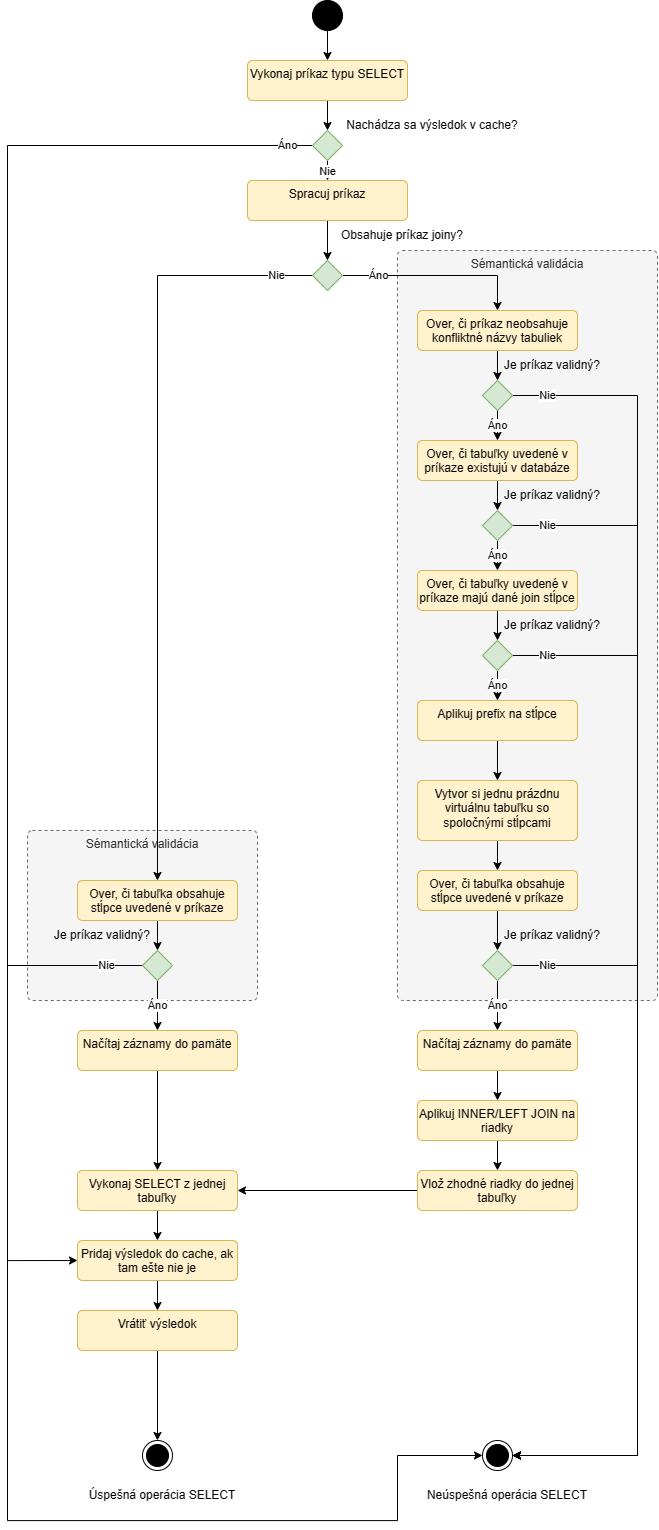
This is JFSQL-documentation/Images/Select activity.png from Zsolti0819/JFSQL, a draw.io export, as it was before one commit. Source tidied: cells renumbered, new cells last; positions are measured from the earlier drawing's top-left corner, leaving out a move shared by most shapes. The source it was exported from:
```xml
<mxGraphModel>
  <root>
    <mxCell id="0" />
    <mxCell id="1" parent="0" />
    <mxCell id="2" value="Sémantická validácia" style="html=1;align=center;verticalAlign=top;rounded=1;absoluteArcSize=1;arcSize=10;dashed=1;whiteSpace=wrap;fillColor=#f5f5f5;fontColor=#333333;strokeColor=#666666;" parent="1" vertex="1">
      <mxGeometry x="20" y="830" width="230" height="170" as="geometry" />
    </mxCell>
    <mxCell id="3" value="Sémantická validácia" style="html=1;align=center;verticalAlign=top;rounded=1;absoluteArcSize=1;arcSize=10;dashed=1;whiteSpace=wrap;fillColor=#f5f5f5;fontColor=#333333;strokeColor=#666666;" parent="1" vertex="1">
      <mxGeometry x="390" y="250" width="260" height="750" as="geometry" />
    </mxCell>
    <mxCell id="4" style="edgeStyle=orthogonalEdgeStyle;rounded=0;jettySize=auto;html=1;exitX=0.5;exitY=1;exitDx=0;exitDy=0;entryX=0.5;entryY=0;entryDx=0;entryDy=0;" parent="1" edge="1" source="5" target="7">
      <mxGeometry relative="1" as="geometry" />
    </mxCell>
    <mxCell id="5" style="ellipse;fillColor=strokeColor;html=1;" parent="1" vertex="1">
      <mxGeometry x="305" width="30" height="30" as="geometry" />
    </mxCell>
    <mxCell id="6" style="edgeStyle=orthogonalEdgeStyle;rounded=0;jettySize=auto;html=1;exitX=0.5;exitY=1;exitDx=0;exitDy=0;entryX=0.5;entryY=0;entryDx=0;entryDy=0;" parent="1" edge="1" source="7" target="14">
      <mxGeometry relative="1" as="geometry" />
    </mxCell>
    <mxCell id="7" value="Vykonaj príkaz typu SELECT" style="html=1;align=center;verticalAlign=top;rounded=1;absoluteArcSize=1;arcSize=10;dashed=0;whiteSpace=wrap;fillColor=#fff2cc;strokeColor=#d6b656;" parent="1" vertex="1">
      <mxGeometry x="240" y="60" width="160" height="40" as="geometry" />
    </mxCell>
    <mxCell id="8" style="edgeStyle=orthogonalEdgeStyle;rounded=0;jettySize=auto;html=1;exitX=0.5;exitY=1;exitDx=0;exitDy=0;entryX=0.5;entryY=0;entryDx=0;entryDy=0;" parent="1" edge="1" source="9" target="17">
      <mxGeometry relative="1" as="geometry" />
    </mxCell>
    <mxCell id="9" value="Spracuj príkaz" style="html=1;align=center;verticalAlign=top;rounded=1;absoluteArcSize=1;arcSize=10;dashed=0;whiteSpace=wrap;fillColor=#fff2cc;strokeColor=#d6b656;" parent="1" vertex="1">
      <mxGeometry x="240" y="180" width="160" height="40" as="geometry" />
    </mxCell>
    <mxCell id="10" style="edgeStyle=orthogonalEdgeStyle;rounded=0;jettySize=auto;html=1;exitX=0.5;exitY=1;exitDx=0;exitDy=0;entryX=0.5;entryY=0;entryDx=0;entryDy=0;" parent="1" edge="1" source="11" target="20">
      <mxGeometry relative="1" as="geometry" />
    </mxCell>
    <mxCell id="11" value="Over, či príkaz neobsahuje konfliktné názvy tabuliek" style="html=1;align=center;verticalAlign=top;rounded=1;absoluteArcSize=1;arcSize=10;dashed=0;whiteSpace=wrap;fillColor=#fff2cc;strokeColor=#d6b656;" parent="1" vertex="1">
      <mxGeometry x="410" y="310" width="160" height="40" as="geometry" />
    </mxCell>
    <mxCell id="12" value="Nie" style="edgeStyle=orthogonalEdgeStyle;rounded=0;jettySize=auto;html=1;exitX=0.5;exitY=1;exitDx=0;exitDy=0;entryX=0.5;entryY=0;entryDx=0;entryDy=0;" parent="1" edge="1" source="14" target="9">
      <mxGeometry relative="1" as="geometry" />
    </mxCell>
    <mxCell id="13" value="Áno" style="edgeStyle=orthogonalEdgeStyle;rounded=0;jettySize=auto;html=1;exitX=0;exitY=0.5;exitDx=0;exitDy=0;entryX=0;entryY=0.5;entryDx=0;entryDy=0;" parent="1" edge="1" source="14" target="56">
      <mxGeometry x="-0.97" relative="1" as="geometry">
        <Array as="points">
          <mxPoint y="145" />
          <mxPoint y="1260" />
        </Array>
      </mxGeometry>
    </mxCell>
    <mxCell id="14" style="rhombus;fillColor=#d5e8d4;strokeColor=#82b366;" parent="1" vertex="1">
      <mxGeometry x="305" y="130" width="30" height="30" as="geometry" />
    </mxCell>
    <mxCell id="15" value="Áno" style="edgeStyle=orthogonalEdgeStyle;rounded=0;jettySize=auto;html=1;exitX=1;exitY=0.5;exitDx=0;exitDy=0;entryX=0.5;entryY=0;entryDx=0;entryDy=0;" parent="1" edge="1" source="17" target="11">
      <mxGeometry x="-0.63" relative="1" as="geometry">
        <mxPoint x="1" as="offset" />
      </mxGeometry>
    </mxCell>
    <mxCell id="16" value="Nie" style="edgeStyle=orthogonalEdgeStyle;rounded=0;jettySize=auto;html=1;exitX=0;exitY=0.5;exitDx=0;exitDy=0;entryX=0.5;entryY=0;entryDx=0;entryDy=0;" parent="1" edge="1" source="17" target="41">
      <mxGeometry x="-0.91" relative="1" as="geometry">
        <Array as="points">
          <mxPoint x="150" y="275" />
        </Array>
        <mxPoint x="-1" as="offset" />
      </mxGeometry>
    </mxCell>
    <mxCell id="17" style="rhombus;fillColor=#d5e8d4;strokeColor=#82b366;" parent="1" vertex="1">
      <mxGeometry x="305" y="260" width="30" height="30" as="geometry" />
    </mxCell>
    <mxCell id="18" value="Áno" style="edgeStyle=orthogonalEdgeStyle;rounded=0;jettySize=auto;html=1;exitX=0.5;exitY=1;exitDx=0;exitDy=0;entryX=0.5;entryY=0;entryDx=0;entryDy=0;" parent="1" edge="1" source="20" target="22">
      <mxGeometry relative="1" as="geometry" />
    </mxCell>
    <mxCell id="19" value="Nie" style="edgeStyle=orthogonalEdgeStyle;rounded=0;jettySize=auto;html=1;exitX=1;exitY=0.5;exitDx=0;exitDy=0;entryX=1;entryY=0.5;entryDx=0;entryDy=0;" parent="1" edge="1" source="20" target="59">
      <mxGeometry x="-0.95" relative="1" as="geometry">
        <Array as="points">
          <mxPoint x="630" y="395" />
          <mxPoint x="630" y="1455" />
        </Array>
      </mxGeometry>
    </mxCell>
    <mxCell id="20" style="rhombus;fillColor=#d5e8d4;strokeColor=#82b366;" parent="1" vertex="1">
      <mxGeometry x="475" y="380" width="30" height="30" as="geometry" />
    </mxCell>
    <mxCell id="21" style="edgeStyle=orthogonalEdgeStyle;rounded=0;jettySize=auto;html=1;exitX=0.5;exitY=1;exitDx=0;exitDy=0;entryX=0.5;entryY=0;entryDx=0;entryDy=0;" parent="1" edge="1" source="22" target="27">
      <mxGeometry relative="1" as="geometry" />
    </mxCell>
    <mxCell id="22" value="Over, či tabuľky uvedené v príkaze existujú v databáze" style="html=1;align=center;verticalAlign=top;rounded=1;absoluteArcSize=1;arcSize=10;dashed=0;whiteSpace=wrap;fillColor=#fff2cc;strokeColor=#d6b656;" parent="1" vertex="1">
      <mxGeometry x="410" y="440" width="160" height="40" as="geometry" />
    </mxCell>
    <mxCell id="23" style="edgeStyle=orthogonalEdgeStyle;rounded=0;jettySize=auto;html=1;exitX=0.5;exitY=1;exitDx=0;exitDy=0;entryX=0.5;entryY=0;entryDx=0;entryDy=0;" parent="1" edge="1" source="24" target="30">
      <mxGeometry relative="1" as="geometry" />
    </mxCell>
    <mxCell id="24" value="Over, či tabuľky uvedené v príkaze majú dané join stĺpce" style="html=1;align=center;verticalAlign=top;rounded=1;absoluteArcSize=1;arcSize=10;dashed=0;whiteSpace=wrap;fillColor=#fff2cc;strokeColor=#d6b656;" parent="1" vertex="1">
      <mxGeometry x="410" y="570" width="160" height="40" as="geometry" />
    </mxCell>
    <mxCell id="25" value="Áno" style="edgeStyle=orthogonalEdgeStyle;rounded=0;jettySize=auto;html=1;exitX=0.5;exitY=1;exitDx=0;exitDy=0;entryX=0.5;entryY=0;entryDx=0;entryDy=0;" parent="1" edge="1" source="27" target="24">
      <mxGeometry relative="1" as="geometry" />
    </mxCell>
    <mxCell id="26" value="Nie" style="edgeStyle=orthogonalEdgeStyle;rounded=0;jettySize=auto;html=1;exitX=1;exitY=0.5;exitDx=0;exitDy=0;entryX=1;entryY=0.5;entryDx=0;entryDy=0;" parent="1" edge="1" source="27" target="59">
      <mxGeometry x="-0.94" relative="1" as="geometry">
        <Array as="points">
          <mxPoint x="630" y="525" />
          <mxPoint x="630" y="1455" />
        </Array>
      </mxGeometry>
    </mxCell>
    <mxCell id="27" style="rhombus;fillColor=#d5e8d4;strokeColor=#82b366;" parent="1" vertex="1">
      <mxGeometry x="475" y="510" width="30" height="30" as="geometry" />
    </mxCell>
    <mxCell id="28" value="Áno" style="edgeStyle=orthogonalEdgeStyle;rounded=0;jettySize=auto;html=1;exitX=0.5;exitY=1;exitDx=0;exitDy=0;entryX=0.5;entryY=0;entryDx=0;entryDy=0;" parent="1" edge="1" source="30" target="32">
      <mxGeometry relative="1" as="geometry" />
    </mxCell>
    <mxCell id="29" value="Nie" style="edgeStyle=orthogonalEdgeStyle;rounded=0;jettySize=auto;html=1;exitX=1;exitY=0.5;exitDx=0;exitDy=0;entryX=1;entryY=0.5;entryDx=0;entryDy=0;" parent="1" edge="1" source="30" target="59">
      <mxGeometry x="-0.93" relative="1" as="geometry">
        <Array as="points">
          <mxPoint x="630" y="655" />
          <mxPoint x="630" y="1455" />
        </Array>
      </mxGeometry>
    </mxCell>
    <mxCell id="30" style="rhombus;fillColor=#d5e8d4;strokeColor=#82b366;" parent="1" vertex="1">
      <mxGeometry x="475" y="640" width="30" height="30" as="geometry" />
    </mxCell>
    <mxCell id="31" style="edgeStyle=orthogonalEdgeStyle;rounded=0;jettySize=auto;html=1;exitX=0.5;exitY=1;exitDx=0;exitDy=0;entryX=0.5;entryY=0;entryDx=0;entryDy=0;" parent="1" edge="1" source="32" target="34">
      <mxGeometry relative="1" as="geometry" />
    </mxCell>
    <mxCell id="32" value="Aplikuj prefix na stĺpce" style="html=1;align=center;verticalAlign=top;rounded=1;absoluteArcSize=1;arcSize=10;dashed=0;whiteSpace=wrap;fillColor=#fff2cc;strokeColor=#d6b656;" parent="1" vertex="1">
      <mxGeometry x="410" y="700" width="160" height="40" as="geometry" />
    </mxCell>
    <mxCell id="33" style="edgeStyle=orthogonalEdgeStyle;rounded=0;jettySize=auto;html=1;exitX=0.5;exitY=1;exitDx=0;exitDy=0;entryX=0.5;entryY=0;entryDx=0;entryDy=0;" parent="1" edge="1" source="34" target="36">
      <mxGeometry relative="1" as="geometry" />
    </mxCell>
    <mxCell id="34" value="Vytvor si jednu prázdnu virtuálnu tabuľku so spoločnými stĺpcami" style="html=1;align=center;verticalAlign=top;rounded=1;absoluteArcSize=1;arcSize=10;dashed=0;whiteSpace=wrap;fillColor=#fff2cc;strokeColor=#d6b656;" parent="1" vertex="1">
      <mxGeometry x="410" y="780" width="160" height="60" as="geometry" />
    </mxCell>
    <mxCell id="35" style="edgeStyle=orthogonalEdgeStyle;rounded=0;jettySize=auto;html=1;exitX=0.5;exitY=1;exitDx=0;exitDy=0;entryX=0.5;entryY=0;entryDx=0;entryDy=0;" parent="1" edge="1" source="36" target="39">
      <mxGeometry relative="1" as="geometry" />
    </mxCell>
    <mxCell id="36" value="Over, či tabuľka obsahuje stĺpce uvedené v príkaze" style="html=1;align=center;verticalAlign=top;rounded=1;absoluteArcSize=1;arcSize=10;dashed=0;whiteSpace=wrap;fillColor=#fff2cc;strokeColor=#d6b656;" parent="1" vertex="1">
      <mxGeometry x="410" y="870" width="160" height="40" as="geometry" />
    </mxCell>
    <mxCell id="37" value="Áno" style="edgeStyle=orthogonalEdgeStyle;rounded=0;jettySize=auto;html=1;exitX=0.5;exitY=1;exitDx=0;exitDy=0;entryX=0.5;entryY=0;entryDx=0;entryDy=0;" parent="1" edge="1" source="39" target="48">
      <mxGeometry relative="1" as="geometry" />
    </mxCell>
    <mxCell id="38" value="Nie" style="edgeStyle=orthogonalEdgeStyle;rounded=0;jettySize=auto;html=1;exitX=1;exitY=0.5;exitDx=0;exitDy=0;entryX=1;entryY=0.5;entryDx=0;entryDy=0;" parent="1" edge="1" source="39" target="59">
      <mxGeometry x="-0.91" relative="1" as="geometry">
        <Array as="points">
          <mxPoint x="630" y="965" />
          <mxPoint x="630" y="1455" />
        </Array>
      </mxGeometry>
    </mxCell>
    <mxCell id="39" style="rhombus;fillColor=#d5e8d4;strokeColor=#82b366;" parent="1" vertex="1">
      <mxGeometry x="475" y="950" width="30" height="30" as="geometry" />
    </mxCell>
    <mxCell id="40" style="edgeStyle=orthogonalEdgeStyle;rounded=0;jettySize=auto;html=1;exitX=0.5;exitY=1;exitDx=0;exitDy=0;entryX=0.5;entryY=0;entryDx=0;entryDy=0;" parent="1" edge="1" source="41" target="44">
      <mxGeometry relative="1" as="geometry" />
    </mxCell>
    <mxCell id="41" value="Over, či tabuľka obsahuje stĺpce uvedené v príkaze" style="html=1;align=center;verticalAlign=top;rounded=1;absoluteArcSize=1;arcSize=10;dashed=0;whiteSpace=wrap;fillColor=#fff2cc;strokeColor=#d6b656;" parent="1" vertex="1">
      <mxGeometry x="70" y="880" width="160" height="40" as="geometry" />
    </mxCell>
    <mxCell id="42" value="Áno" style="edgeStyle=orthogonalEdgeStyle;rounded=0;jettySize=auto;html=1;exitX=0.5;exitY=1;exitDx=0;exitDy=0;entryX=0.5;entryY=0;entryDx=0;entryDy=0;" parent="1" edge="1" source="44" target="46">
      <mxGeometry relative="1" as="geometry" />
    </mxCell>
    <mxCell id="43" value="Nie" style="edgeStyle=orthogonalEdgeStyle;rounded=0;jettySize=auto;html=1;exitX=0;exitY=0.5;exitDx=0;exitDy=0;entryX=0;entryY=0.5;entryDx=0;entryDy=0;" parent="1" edge="1" source="44" target="59">
      <mxGeometry x="-0.94" relative="1" as="geometry">
        <Array as="points">
          <mxPoint y="965" />
          <mxPoint y="1520" />
          <mxPoint x="390" y="1520" />
          <mxPoint x="390" y="1455" />
        </Array>
      </mxGeometry>
    </mxCell>
    <mxCell id="44" style="rhombus;fillColor=#d5e8d4;strokeColor=#82b366;" parent="1" vertex="1">
      <mxGeometry x="135" y="950" width="30" height="30" as="geometry" />
    </mxCell>
    <mxCell id="45" style="edgeStyle=orthogonalEdgeStyle;rounded=0;jettySize=auto;html=1;exitX=0.5;exitY=1;exitDx=0;exitDy=0;entryX=0.5;entryY=0;entryDx=0;entryDy=0;" parent="1" edge="1" source="46" target="54">
      <mxGeometry relative="1" as="geometry" />
    </mxCell>
    <mxCell id="46" value="Načítaj záznamy do pamäte" style="html=1;align=center;verticalAlign=top;rounded=1;absoluteArcSize=1;arcSize=10;dashed=0;whiteSpace=wrap;fillColor=#fff2cc;strokeColor=#d6b656;" parent="1" vertex="1">
      <mxGeometry x="70" y="1030" width="160" height="40" as="geometry" />
    </mxCell>
    <mxCell id="47" style="edgeStyle=orthogonalEdgeStyle;rounded=0;jettySize=auto;html=1;exitX=0.5;exitY=1;exitDx=0;exitDy=0;entryX=0.5;entryY=0;entryDx=0;entryDy=0;" parent="1" edge="1" source="48" target="50">
      <mxGeometry relative="1" as="geometry" />
    </mxCell>
    <mxCell id="48" value="Načítaj záznamy do pamäte" style="html=1;align=center;verticalAlign=top;rounded=1;absoluteArcSize=1;arcSize=10;dashed=0;whiteSpace=wrap;fillColor=#fff2cc;strokeColor=#d6b656;" parent="1" vertex="1">
      <mxGeometry x="410" y="1030" width="160" height="40" as="geometry" />
    </mxCell>
    <mxCell id="49" style="edgeStyle=orthogonalEdgeStyle;rounded=0;jettySize=auto;html=1;exitX=0.5;exitY=1;exitDx=0;exitDy=0;entryX=0.5;entryY=0;entryDx=0;entryDy=0;" parent="1" edge="1" source="50" target="52">
      <mxGeometry relative="1" as="geometry" />
    </mxCell>
    <mxCell id="50" value="Aplikuj INNER/LEFT JOIN na riadky" style="html=1;align=center;verticalAlign=top;rounded=1;absoluteArcSize=1;arcSize=10;dashed=0;whiteSpace=wrap;fillColor=#fff2cc;strokeColor=#d6b656;" parent="1" vertex="1">
      <mxGeometry x="410" y="1100" width="160" height="40" as="geometry" />
    </mxCell>
    <mxCell id="51" style="edgeStyle=orthogonalEdgeStyle;rounded=0;jettySize=auto;html=1;exitX=0;exitY=0.5;exitDx=0;exitDy=0;entryX=1;entryY=0.5;entryDx=0;entryDy=0;" parent="1" edge="1" source="52" target="54">
      <mxGeometry relative="1" as="geometry" />
    </mxCell>
    <mxCell id="52" value="Vlož zhodné riadky do jednej tabuľky" style="html=1;align=center;verticalAlign=top;rounded=1;absoluteArcSize=1;arcSize=10;dashed=0;whiteSpace=wrap;fillColor=#fff2cc;strokeColor=#d6b656;" parent="1" vertex="1">
      <mxGeometry x="410" y="1170" width="160" height="40" as="geometry" />
    </mxCell>
    <mxCell id="53" style="edgeStyle=orthogonalEdgeStyle;rounded=0;jettySize=auto;html=1;exitX=0.5;exitY=1;exitDx=0;exitDy=0;entryX=0.5;entryY=0;entryDx=0;entryDy=0;" parent="1" edge="1" source="54" target="56">
      <mxGeometry relative="1" as="geometry" />
    </mxCell>
    <mxCell id="54" value="Vykonaj SELECT z jednej tabuľky" style="html=1;align=center;verticalAlign=top;rounded=1;absoluteArcSize=1;arcSize=10;dashed=0;whiteSpace=wrap;fillColor=#fff2cc;strokeColor=#d6b656;" parent="1" vertex="1">
      <mxGeometry x="70" y="1170" width="160" height="40" as="geometry" />
    </mxCell>
    <mxCell id="55" style="edgeStyle=orthogonalEdgeStyle;rounded=0;jettySize=auto;html=1;exitX=0.5;exitY=1;exitDx=0;exitDy=0;entryX=0.5;entryY=0;entryDx=0;entryDy=0;" parent="1" edge="1" source="56" target="69">
      <mxGeometry relative="1" as="geometry" />
    </mxCell>
    <mxCell id="56" value="Pridaj výsledok do cache, ak tam ešte nie je" style="html=1;align=center;verticalAlign=top;rounded=1;absoluteArcSize=1;arcSize=10;dashed=0;whiteSpace=wrap;fillColor=#fff2cc;strokeColor=#d6b656;" parent="1" vertex="1">
      <mxGeometry x="70" y="1240" width="160" height="40" as="geometry" />
    </mxCell>
    <mxCell id="57" style="ellipse;html=1;shape=endState;fillColor=strokeColor;" parent="1" vertex="1">
      <mxGeometry x="135" y="1440" width="30" height="30" as="geometry" />
    </mxCell>
    <mxCell id="58" value="Úspešná operácia SELECT" style="text;html=1;strokeColor=none;fillColor=none;align=center;verticalAlign=middle;whiteSpace=wrap;rounded=0;" parent="1" vertex="1">
      <mxGeometry x="70" y="1480" width="170" height="30" as="geometry" />
    </mxCell>
    <mxCell id="59" style="ellipse;html=1;shape=endState;fillColor=strokeColor;" parent="1" vertex="1">
      <mxGeometry x="475" y="1440" width="30" height="30" as="geometry" />
    </mxCell>
    <mxCell id="60" value="Neúspešná operácia SELECT" style="text;html=1;strokeColor=none;fillColor=none;align=center;verticalAlign=middle;whiteSpace=wrap;rounded=0;" parent="1" vertex="1">
      <mxGeometry x="415" y="1480" width="170" height="30" as="geometry" />
    </mxCell>
    <mxCell id="61" value="Je príkaz validný?" style="text;html=1;strokeColor=none;fillColor=none;align=center;verticalAlign=middle;whiteSpace=wrap;rounded=0;" parent="1" vertex="1">
      <mxGeometry x="460" y="480" width="170" height="30" as="geometry" />
    </mxCell>
    <mxCell id="62" value="Je príkaz validný?" style="text;html=1;strokeColor=none;fillColor=none;align=center;verticalAlign=middle;whiteSpace=wrap;rounded=0;" parent="1" vertex="1">
      <mxGeometry x="460" y="350" width="170" height="30" as="geometry" />
    </mxCell>
    <mxCell id="63" value="Je príkaz validný?" style="text;html=1;strokeColor=none;fillColor=none;align=center;verticalAlign=middle;whiteSpace=wrap;rounded=0;" parent="1" vertex="1">
      <mxGeometry x="455" y="920" width="180" height="30" as="geometry" />
    </mxCell>
    <mxCell id="64" value="Je príkaz validný?" style="text;html=1;strokeColor=none;fillColor=none;align=center;verticalAlign=middle;whiteSpace=wrap;rounded=0;" parent="1" vertex="1">
      <mxGeometry x="460" y="610" width="170" height="30" as="geometry" />
    </mxCell>
    <mxCell id="65" value="Je príkaz validný?" style="text;html=1;strokeColor=none;fillColor=none;align=center;verticalAlign=middle;whiteSpace=wrap;rounded=0;" parent="1" vertex="1">
      <mxGeometry x="10" y="920" width="170" height="30" as="geometry" />
    </mxCell>
    <mxCell id="66" value="Nachádza sa výsledok v cache?" style="text;html=1;strokeColor=none;fillColor=none;align=center;verticalAlign=middle;whiteSpace=wrap;rounded=0;" parent="1" vertex="1">
      <mxGeometry x="330" y="110" width="190" height="30" as="geometry" />
    </mxCell>
    <mxCell id="67" value="Obsahuje príkaz joiny?" style="text;html=1;strokeColor=none;fillColor=none;align=center;verticalAlign=middle;whiteSpace=wrap;rounded=0;" parent="1" vertex="1">
      <mxGeometry x="310" y="230" width="170" height="10" as="geometry" />
    </mxCell>
    <mxCell id="68" style="edgeStyle=orthogonalEdgeStyle;rounded=0;jettySize=auto;html=1;exitX=0.5;exitY=1;exitDx=0;exitDy=0;entryX=0.5;entryY=0;entryDx=0;entryDy=0;" parent="1" edge="1" source="69" target="57">
      <mxGeometry relative="1" as="geometry" />
    </mxCell>
    <mxCell id="69" value="Vrátiť výsledok" style="html=1;align=center;verticalAlign=top;rounded=1;absoluteArcSize=1;arcSize=10;dashed=0;whiteSpace=wrap;fillColor=#fff2cc;strokeColor=#d6b656;" parent="1" vertex="1">
      <mxGeometry x="70" y="1310" width="160" height="40" as="geometry" />
    </mxCell>
  </root>
</mxGraphModel>
```
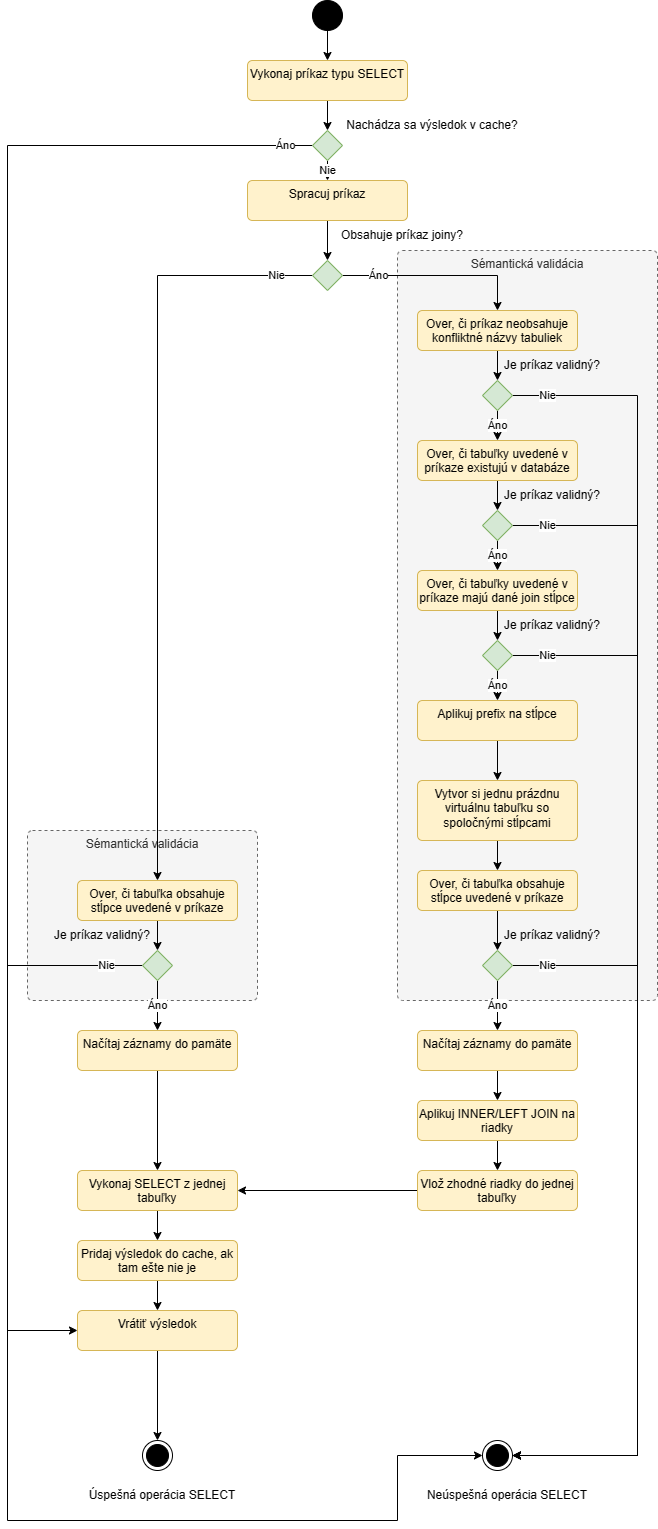
After the commit.

Diff of the diagram source:
```diff
@@ -35,11 +35,11 @@
     <mxCell id="12" value="Nie" style="edgeStyle=orthogonalEdgeStyle;rounded=0;jettySize=auto;html=1;exitX=0.5;exitY=1;exitDx=0;exitDy=0;entryX=0.5;entryY=0;entryDx=0;entryDy=0;" parent="1" edge="1" source="14" target="9">
       <mxGeometry relative="1" as="geometry" />
     </mxCell>
-    <mxCell id="13" value="Áno" style="edgeStyle=orthogonalEdgeStyle;rounded=0;jettySize=auto;html=1;exitX=0;exitY=0.5;exitDx=0;exitDy=0;entryX=0;entryY=0.5;entryDx=0;entryDy=0;" parent="1" edge="1" source="14" target="56">
+    <mxCell id="13" value="Áno" style="edgeStyle=orthogonalEdgeStyle;rounded=0;jettySize=auto;html=1;exitX=0;exitY=0.5;exitDx=0;exitDy=0;entryX=0;entryY=0.5;entryDx=0;entryDy=0;" parent="1" edge="1" source="14" target="69">
       <mxGeometry x="-0.97" relative="1" as="geometry">
         <Array as="points">
           <mxPoint y="145" />
-          <mxPoint y="1260" />
+          <mxPoint y="1330" />
         </Array>
       </mxGeometry>
     </mxCell>
```
